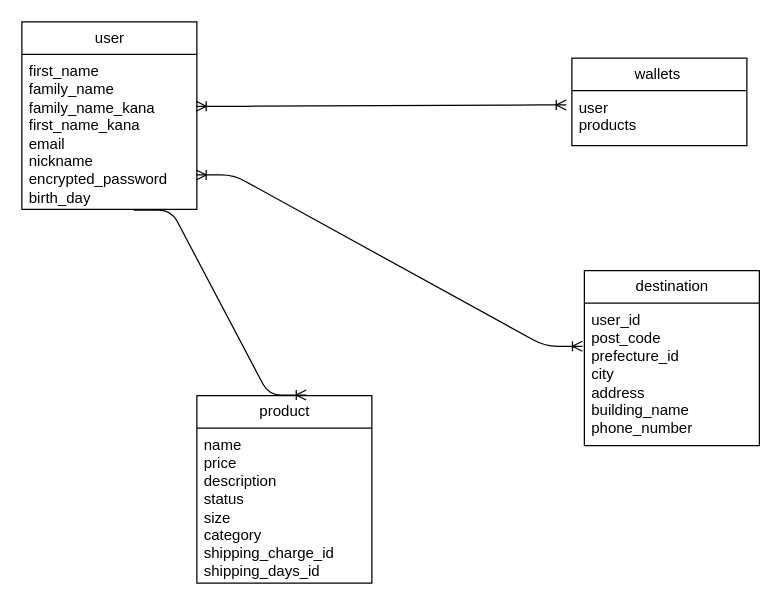
Above: app/views/text.dio in G-Ryoto/furima-38957 (draw.io), before the change. Source tidied: cells renumbered, new cells numbered last; positions are measured from the earlier drawing's top-left corner, leaving out a move shared by most shapes. Both pictures are drawn from the tidied source at 125%, with x=0, y=0 at pixel (21, 21).
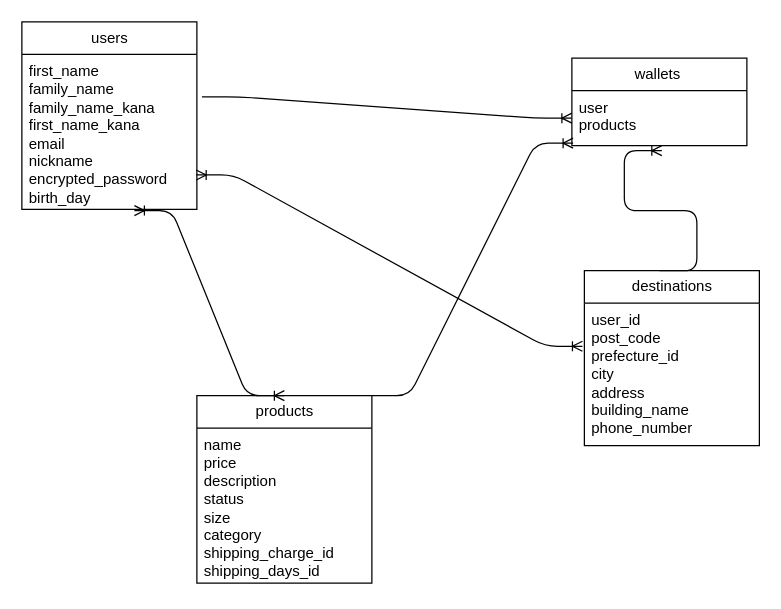
Above is the later version.

What changed in the source:
```diff
@@
 <mxGraphModel>
   <root>
     <mxCell id="0" />
     <mxCell id="1" parent="0" />
-    <mxCell id="2" value="user" style="swimlane;fontStyle=0;horizontal=1;startSize=26;fillColor=none;html=1;" parent="1" vertex="1">
+    <mxCell id="2" value="users" style="swimlane;fontStyle=0;horizontal=1;startSize=26;fillColor=none;html=1;" parent="1" vertex="1">
       <mxGeometry width="140" height="150" as="geometry" />
     </mxCell>
     <mxCell id="3" value="first_name&lt;br&gt;family_name&lt;br&gt;family_name_kana&lt;br&gt;first_name_kana&lt;br&gt;email&lt;br&gt;nickname&lt;br&gt;encrypted_password&lt;br&gt;birth_day" style="text;strokeColor=none;fillColor=none;align=left;verticalAlign=top;spacingLeft=4;spacingRight=4;overflow=hidden;points=[[0,0.5],[1,0.5]];portConstraint=eastwest;whiteSpace=wrap;html=1;" parent="2" vertex="1">
       <mxGeometry y="26" width="140" height="124" as="geometry" />
     </mxCell>
-    <mxCell id="4" value="destination" style="swimlane;fontStyle=0;horizontal=1;startSize=26;fillColor=none;html=1;" parent="1" vertex="1">
+    <mxCell id="4" value="destinations" style="swimlane;fontStyle=0;horizontal=1;startSize=26;fillColor=none;html=1;" parent="1" vertex="1">
       <mxGeometry x="450" y="199" width="140" height="140" as="geometry" />
     </mxCell>
     <mxCell id="5" value="user_id&lt;br&gt;post_code&lt;br&gt;prefecture_id&lt;br&gt;city&lt;br&gt;address&lt;br&gt;building_name&lt;br&gt;phone_number" style="text;strokeColor=none;fillColor=none;align=left;verticalAlign=top;spacingLeft=4;spacingRight=4;overflow=hidden;points=[[0,0.5],[1,0.5]];portConstraint=eastwest;whiteSpace=wrap;html=1;" parent="4" vertex="1">
       <mxGeometry y="26" width="140" height="114" as="geometry" />
     </mxCell>
     <mxCell id="6" value="wallets&amp;nbsp;&lt;br&gt;" style="swimlane;fontStyle=0;horizontal=1;startSize=26;fillColor=none;html=1;" parent="1" vertex="1">
       <mxGeometry x="440" y="29" width="140" height="70" as="geometry" />
     </mxCell>
     <mxCell id="7" value="user&lt;br&gt;products" style="text;strokeColor=none;fillColor=none;align=left;verticalAlign=top;spacingLeft=4;spacingRight=4;overflow=hidden;points=[[0,0.5],[1,0.5]];portConstraint=eastwest;whiteSpace=wrap;html=1;" parent="6" vertex="1">
       <mxGeometry y="26" width="140" height="44" as="geometry" />
     </mxCell>
-    <mxCell id="8" value="product" style="swimlane;fontStyle=0;horizontal=1;startSize=26;fillColor=none;html=1;" parent="1" vertex="1">
+    <mxCell id="8" value="products" style="swimlane;fontStyle=0;horizontal=1;startSize=26;fillColor=none;html=1;" parent="1" vertex="1">
       <mxGeometry x="140" y="299" width="140" height="150" as="geometry" />
     </mxCell>
     <mxCell id="9" value="name&lt;br&gt;price&amp;nbsp;&lt;br&gt;description&lt;br&gt;status&amp;nbsp;&lt;br&gt;size&lt;br&gt;category&lt;br&gt;shipping_charge_id&amp;nbsp;&lt;br&gt;shipping_days_id" style="text;strokeColor=none;fillColor=none;align=left;verticalAlign=top;spacingLeft=4;spacingRight=4;overflow=hidden;whiteSpace=wrap;html=1;" parent="8" vertex="1">
       <mxGeometry y="26" width="140" height="124" as="geometry" />
     </mxCell>
-    <mxCell id="10" style="edgeStyle=entityRelationEdgeStyle;fontSize=12;html=1;endArrow=ERoneToMany;entryX=0.625;entryY=-0.003;entryDx=0;entryDy=0;entryPerimeter=0;exitX=0.639;exitY=1.004;exitDx=0;exitDy=0;exitPerimeter=0;" parent="1" edge="1" source="3" target="8">
-      <mxGeometry relative="1" as="geometry" />
-    </mxCell>
     <mxCell id="11" style="edgeStyle=entityRelationEdgeStyle;fontSize=12;html=1;endArrow=ERoneToMany;startArrow=ERoneToMany;entryX=-0.011;entryY=0.303;entryDx=0;entryDy=0;entryPerimeter=0;exitX=0.996;exitY=0.778;exitDx=0;exitDy=0;exitPerimeter=0;" parent="1" edge="1" source="3" target="5">
       <mxGeometry relative="1" as="geometry" />
     </mxCell>
+    <mxCell id="13" style="edgeStyle=entityRelationEdgeStyle;fontSize=12;html=1;endArrow=ERoneToMany;startArrow=ERoneToMany;entryX=0.643;entryY=1.008;entryDx=0;entryDy=0;entryPerimeter=0;exitX=0.5;exitY=0;exitDx=0;exitDy=0;" parent="1" edge="1" source="8" target="3">
+      <mxGeometry relative="1" as="geometry" />
+    </mxCell>
+    <mxCell id="14" style="edgeStyle=entityRelationEdgeStyle;fontSize=12;html=1;endArrow=ERoneToMany;entryX=0.514;entryY=1.091;entryDx=0;entryDy=0;entryPerimeter=0;" parent="1" edge="1" target="7">
+      <mxGeometry relative="1" as="geometry">
+        <mxPoint x="510" y="199" as="sourcePoint" />
+      </mxGeometry>
+    </mxCell>
-    <mxCell id="12" style="edgeStyle=entityRelationEdgeStyle;fontSize=12;html=1;endArrow=ERoneToMany;startArrow=ERoneToMany;entryX=-0.032;entryY=0.261;entryDx=0;entryDy=0;entryPerimeter=0;exitX=0.996;exitY=0.335;exitDx=0;exitDy=0;exitPerimeter=0;" parent="1" edge="1" source="3" target="7">
+    <mxCell id="12" style="edgeStyle=entityRelationEdgeStyle;fontSize=12;html=1;endArrow=ERoneToMany;entryX=0;entryY=0.5;entryDx=0;entryDy=0;exitX=1.029;exitY=0.274;exitDx=0;exitDy=0;exitPerimeter=0;" parent="1" edge="1" source="3" target="7">
       <mxGeometry relative="1" as="geometry" />
     </mxCell>
+    <mxCell id="15" style="edgeStyle=entityRelationEdgeStyle;fontSize=12;html=1;endArrow=ERoneToMany;entryX=0.007;entryY=0.955;entryDx=0;entryDy=0;entryPerimeter=0;exitX=1;exitY=0;exitDx=0;exitDy=0;" parent="1" edge="1" source="8" target="7">
+      <mxGeometry relative="1" as="geometry" />
+    </mxCell>
   </root>
 </mxGraphModel>
```
